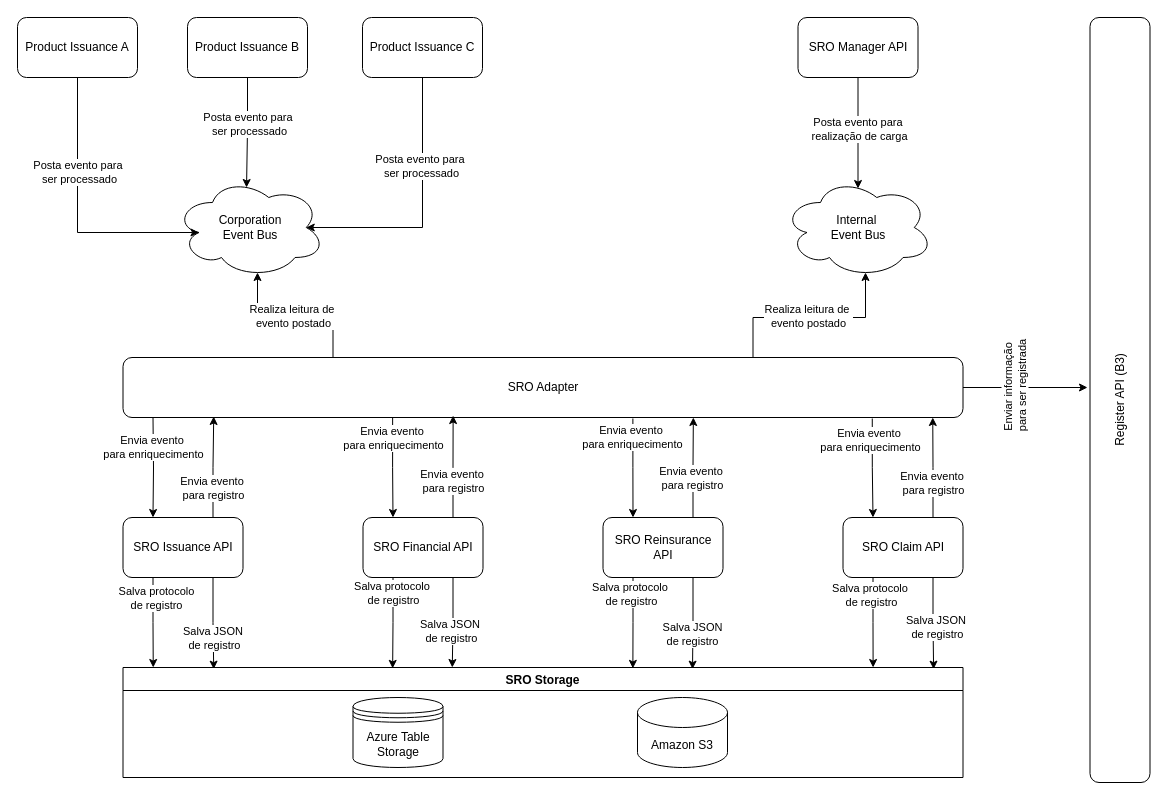
This is SRO_Context.drawio from GustavoAraujo26/SRO_Diagrams, a draw.io file, before an edit. Source tidied: cells renumbered, new cells numbered last; positions are measured from the earlier drawing's top-left corner, leaving out a move shared by most shapes. Both pictures are drawn from the tidied source at 100%, with x=0, y=0 at pixel (17, 17).
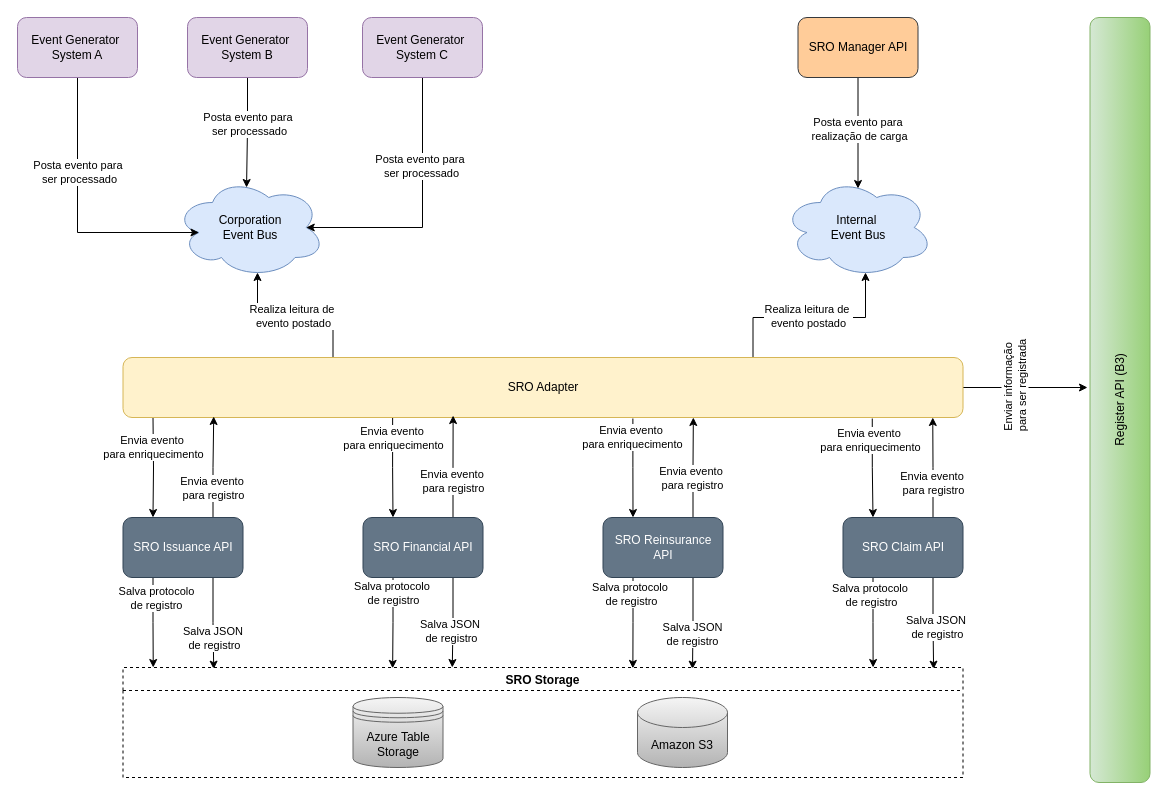
The same page after the edit.

Commit message:
Finish diagram

What changed in the source:
```diff
@@
-    <mxCell id="2" value="Corporation &lt;br&gt;Event Bus" style="ellipse;shape=cloud;whiteSpace=wrap;html=1;" parent="1" vertex="1">
+    <mxCell id="2" value="Corporation &lt;br&gt;Event Bus" style="ellipse;shape=cloud;whiteSpace=wrap;html=1;fillColor=#dae8fc;strokeColor=#6c8ebf;" parent="1" vertex="1">
       <mxGeometry x="157.5" y="160" width="150" height="100" as="geometry" />
     </mxCell>
-    <mxCell id="3" value="Internal&amp;nbsp;&lt;br&gt;Event Bus" style="ellipse;shape=cloud;whiteSpace=wrap;html=1;" parent="1" vertex="1">
+    <mxCell id="3" value="Internal&amp;nbsp;&lt;br&gt;Event Bus" style="ellipse;shape=cloud;whiteSpace=wrap;html=1;fillColor=#dae8fc;strokeColor=#6c8ebf;" parent="1" vertex="1">
       <mxGeometry x="765.5" y="160" width="150" height="100" as="geometry" />
     </mxCell>
@@
-    <mxCell id="18" value="SRO Adapter" style="rounded=1;whiteSpace=wrap;html=1;" parent="1" vertex="1">
+    <mxCell id="18" value="SRO Adapter" style="rounded=1;whiteSpace=wrap;html=1;fillColor=#fff2cc;strokeColor=#d6b656;" parent="1" vertex="1">
       <mxGeometry x="105.5" y="340" width="840" height="60" as="geometry" />
     </mxCell>
@@
-    <mxCell id="25" value="SRO Issuance API" style="rounded=1;whiteSpace=wrap;html=1;" parent="1" vertex="1">
+    <mxCell id="25" value="SRO Issuance API" style="rounded=1;whiteSpace=wrap;html=1;fillColor=#647687;strokeColor=#314354;fontColor=#ffffff;" parent="1" vertex="1">
       <mxGeometry x="105.5" y="500" width="120" height="60" as="geometry" />
     </mxCell>
@@
-    <mxCell id="32" value="SRO Financial API" style="rounded=1;whiteSpace=wrap;html=1;" parent="1" vertex="1">
+    <mxCell id="32" value="SRO Financial API" style="rounded=1;whiteSpace=wrap;html=1;fillColor=#647687;strokeColor=#314354;fontColor=#ffffff;" parent="1" vertex="1">
       <mxGeometry x="345.5" y="500" width="120" height="60" as="geometry" />
     </mxCell>
@@
-    <mxCell id="39" value="SRO Reinsurance API" style="rounded=1;whiteSpace=wrap;html=1;" parent="1" vertex="1">
+    <mxCell id="39" value="SRO Reinsurance API" style="rounded=1;whiteSpace=wrap;html=1;fillColor=#647687;strokeColor=#314354;fontColor=#ffffff;" parent="1" vertex="1">
       <mxGeometry x="585.5" y="500" width="120" height="60" as="geometry" />
     </mxCell>
@@
-    <mxCell id="46" value="SRO Claim API" style="rounded=1;whiteSpace=wrap;html=1;" parent="1" vertex="1">
+    <mxCell id="46" value="SRO Claim API" style="rounded=1;whiteSpace=wrap;html=1;fillColor=#647687;strokeColor=#314354;fontColor=#ffffff;" parent="1" vertex="1">
       <mxGeometry x="825.5" y="500" width="120" height="60" as="geometry" />
     </mxCell>
@@
-    <mxCell id="49" value="Product Issuance A" style="rounded=1;whiteSpace=wrap;html=1;" parent="1" vertex="1">
+    <mxCell id="49" value="Event Generator&amp;nbsp;&lt;br&gt;System A" style="rounded=1;whiteSpace=wrap;html=1;fillColor=#e1d5e7;strokeColor=#9673a6;" parent="1" vertex="1">
       <mxGeometry width="120" height="60" as="geometry" />
     </mxCell>
@@
-    <mxCell id="52" value="Product Issuance B" style="rounded=1;whiteSpace=wrap;html=1;" parent="1" vertex="1">
+    <mxCell id="52" value="Event Generator&amp;nbsp;&lt;br style=&quot;border-color: var(--border-color);&quot;&gt;System B" style="rounded=1;whiteSpace=wrap;html=1;fillColor=#e1d5e7;strokeColor=#9673a6;" parent="1" vertex="1">
       <mxGeometry x="170" width="120" height="60" as="geometry" />
     </mxCell>
@@
-    <mxCell id="55" value="Product Issuance C" style="rounded=1;whiteSpace=wrap;html=1;" parent="1" vertex="1">
+    <mxCell id="55" value="Event Generator&amp;nbsp;&lt;br style=&quot;border-color: var(--border-color);&quot;&gt;System C" style="rounded=1;whiteSpace=wrap;html=1;fillColor=#e1d5e7;strokeColor=#9673a6;" parent="1" vertex="1">
       <mxGeometry x="345" width="120" height="60" as="geometry" />
     </mxCell>
@@
-    <mxCell id="58" value="SRO Manager API" style="rounded=1;whiteSpace=wrap;html=1;" parent="1" vertex="1">
+    <mxCell id="58" value="SRO Manager API" style="rounded=1;whiteSpace=wrap;html=1;fillColor=#ffcc99;strokeColor=#36393d;" parent="1" vertex="1">
       <mxGeometry x="780.5" width="120" height="60" as="geometry" />
     </mxCell>
-    <mxCell id="59" value="SRO Storage" style="swimlane;" parent="1" vertex="1">
+    <mxCell id="59" value="SRO Storage" style="swimlane;dashed=1;" parent="1" vertex="1">
       <mxGeometry x="105.5" y="650" width="840" height="110" as="geometry" />
     </mxCell>
-    <mxCell id="60" value="Amazon S3" style="shape=cylinder3;whiteSpace=wrap;html=1;boundedLbl=1;backgroundOutline=1;size=15;" parent="59" vertex="1">
+    <mxCell id="60" value="Amazon S3" style="shape=cylinder3;whiteSpace=wrap;html=1;boundedLbl=1;backgroundOutline=1;size=15;fillColor=#f5f5f5;strokeColor=#666666;gradientColor=#b3b3b3;" parent="59" vertex="1">
       <mxGeometry x="514.5" y="30" width="90" height="70" as="geometry" />
     </mxCell>
-    <mxCell id="61" value="Azure Table Storage" style="shape=datastore;whiteSpace=wrap;html=1;" parent="59" vertex="1">
+    <mxCell id="61" value="Azure Table Storage" style="shape=datastore;whiteSpace=wrap;html=1;fillColor=#f5f5f5;strokeColor=#666666;gradientColor=#b3b3b3;" parent="59" vertex="1">
       <mxGeometry x="230" y="30" width="90" height="70" as="geometry" />
     </mxCell>
-    <mxCell id="62" value="Register API (B3)" style="rounded=1;whiteSpace=wrap;html=1;rotation=-90;" parent="1" vertex="1">
+    <mxCell id="62" value="Register API (B3)" style="rounded=1;whiteSpace=wrap;html=1;rotation=-90;fillColor=#d5e8d4;gradientColor=#97d077;strokeColor=#82b366;" parent="1" vertex="1">
       <mxGeometry x="720" y="352.5" width="765" height="60" as="geometry" />
     </mxCell>
```
